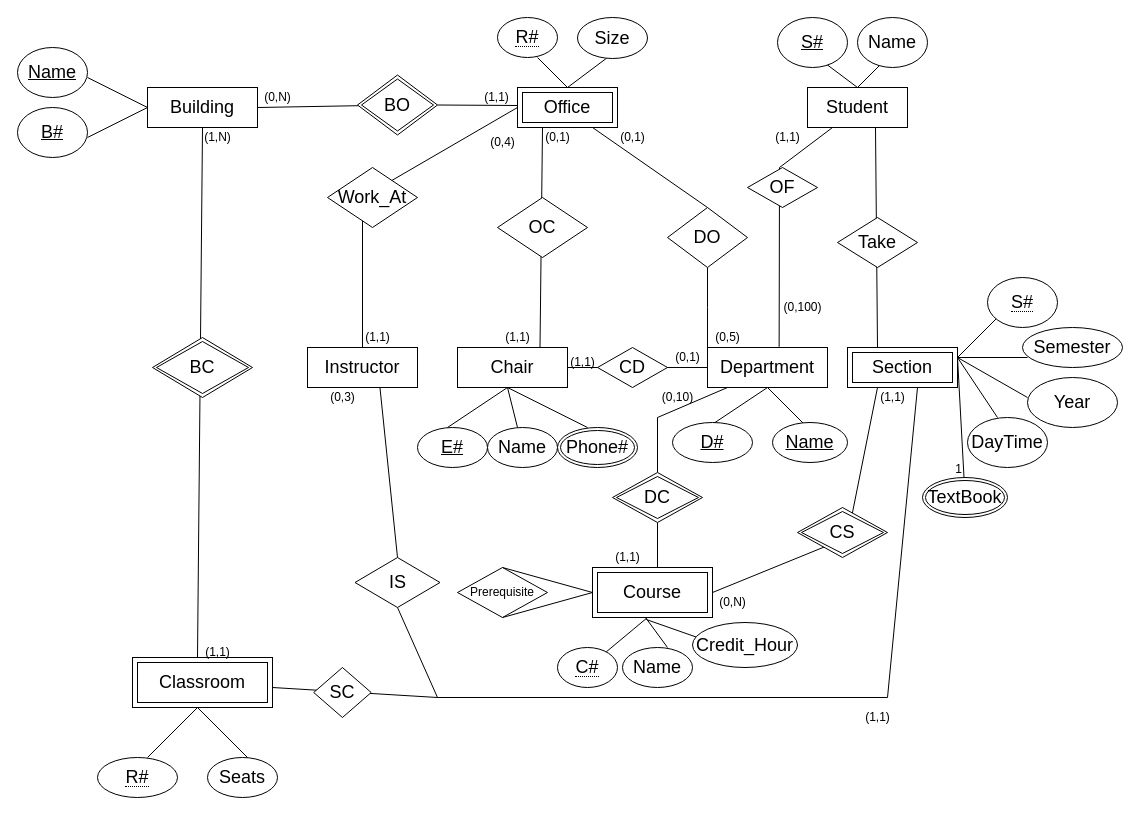
The draw.io diagram A4.drawio in Graykooo/Natours-Node.js-MongoDB-project, before the edit. Source tidied: cells renumbered, new cells numbered last; positions are measured from the earlier drawing's top-left corner, leaving out a move shared by most shapes. Both pictures are drawn from the tidied source at 100%, with x=0, y=0 at pixel (17, 17).
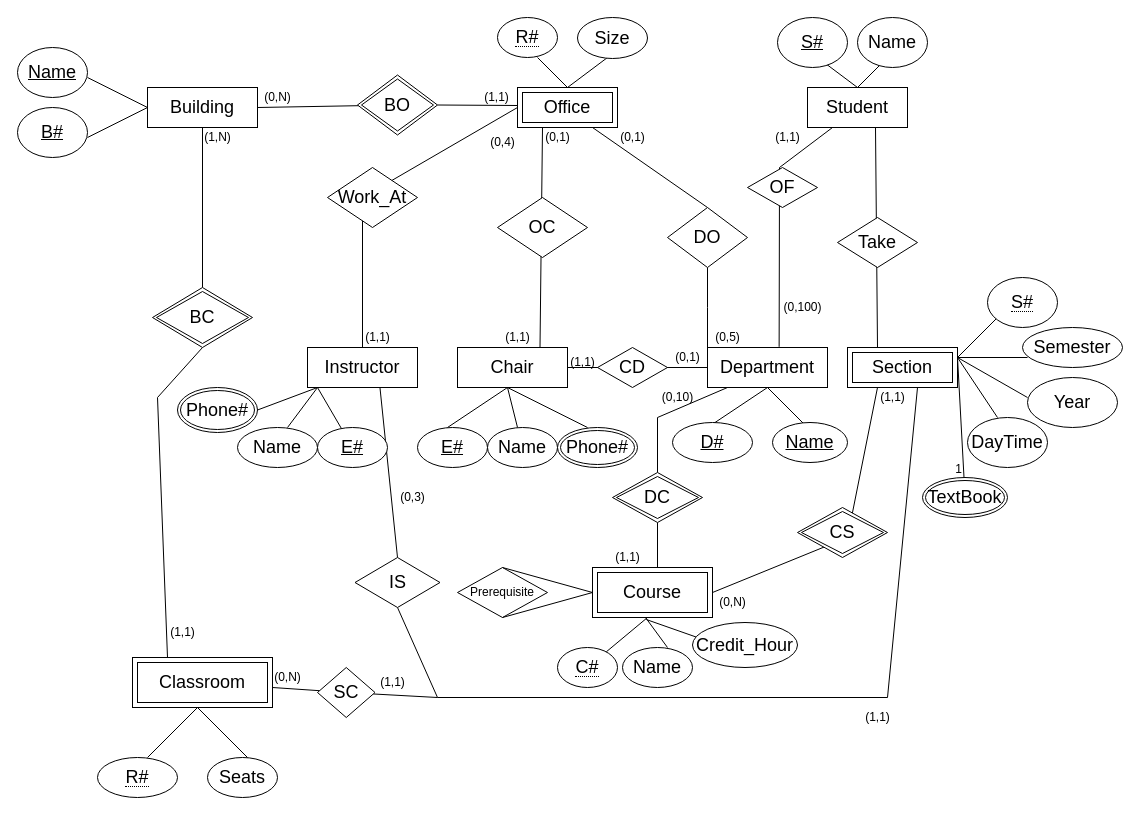
Above is the later version.

The change refers to these unchanged cells:
```xml
<mxCell id="2" value="&lt;font style=&quot;font-size: 18px;&quot;&gt;Building&lt;/font&gt;" style="rounded=0;whiteSpace=wrap;html=1;" parent="1" vertex="1">
  <mxGeometry x="130" y="70" width="110" height="40" as="geometry" />
</mxCell>
<mxCell id="12" value="&lt;font style=&quot;font-size: 18px;&quot;&gt;Classroom&lt;/font&gt;" style="shape=ext;margin=3;double=1;whiteSpace=wrap;html=1;align=center;" parent="1" vertex="1">
  <mxGeometry x="115" y="640" width="140" height="50" as="geometry" />
</mxCell>
<mxCell id="21" value="&lt;font style=&quot;font-size: 18px;&quot;&gt;Instructor&lt;/font&gt;" style="whiteSpace=wrap;html=1;align=center;" parent="1" vertex="1">
  <mxGeometry x="290" y="330" width="110" height="40" as="geometry" />
</mxCell>
<mxCell id="100" value="&lt;font style=&quot;font-size: 18px;&quot;&gt;IS&lt;/font&gt;" style="shape=rhombus;perimeter=rhombusPerimeter;whiteSpace=wrap;html=1;align=center;" parent="1" vertex="1">
  <mxGeometry x="337.5" y="540" width="85" height="50" as="geometry" />
</mxCell>
```

The edit, as a diff of the source:
```diff
@@
-    <mxCell id="11" style="endArrow=none;html=1;rounded=0;entryX=0.5;entryY=1;entryDx=0;entryDy=0;" parent="1" edge="1" target="2">
-      <mxGeometry relative="1" as="geometry">
-        <mxPoint x="180" y="640" as="sourcePoint" />
-      </mxGeometry>
+    <mxCell id="11" style="endArrow=none;html=1;rounded=0;entryX=0.5;entryY=1;entryDx=0;entryDy=0;startArrow=none;" parent="1" edge="1" source="13" target="2">
+      <mxGeometry relative="1" as="geometry" />
     </mxCell>
@@
-    <mxCell id="13" value="&lt;font style=&quot;font-size: 18px;&quot;&gt;BC&lt;/font&gt;" style="shape=rhombus;double=1;perimeter=rhombusPerimeter;whiteSpace=wrap;html=1;align=center;" parent="1" vertex="1">
-      <mxGeometry x="135" y="320" width="100" height="60" as="geometry" />
-    </mxCell>
@@
     <mxCell id="15" value="(1,1)" style="text;html=1;align=center;verticalAlign=middle;strokeColor=none;fillColor=none;" parent="1" vertex="1">
-      <mxGeometry x="175" y="620" width="50" height="30" as="geometry" />
+      <mxGeometry x="140" y="600" width="50" height="30" as="geometry" />
     </mxCell>
@@
-    <mxCell id="99" style="endArrow=none;html=1;rounded=0;exitX=0.659;exitY=1.008;exitDx=0;exitDy=0;exitPerimeter=0;entryX=0.5;entryY=0;entryDx=0;entryDy=0;" parent="1" edge="1" source="21" target="100">
-      <mxGeometry relative="1" as="geometry" />
+    <mxCell id="99" style="endArrow=none;html=1;rounded=0;exitX=0.659;exitY=1.008;exitDx=0;exitDy=0;exitPerimeter=0;" parent="1" edge="1" source="21">
+      <mxGeometry relative="1" as="geometry">
+        <mxPoint x="380" y="540" as="targetPoint" />
+      </mxGeometry>
     </mxCell>
@@
     <mxCell id="101" value="(0,3)" style="text;html=1;align=center;verticalAlign=middle;strokeColor=none;fillColor=none;" parent="1" vertex="1">
-      <mxGeometry x="300" y="365" width="50" height="30" as="geometry" />
+      <mxGeometry x="370" y="465" width="50" height="30" as="geometry" />
     </mxCell>
@@
-    <mxCell id="103" style="endArrow=none;html=1;rounded=0;" parent="1" edge="1">
+    <mxCell id="103" style="endArrow=none;html=1;rounded=0;startArrow=none;" parent="1" edge="1" source="104">
       <mxGeometry relative="1" as="geometry">
-        <mxPoint x="255" y="670" as="sourcePoint" />
         <mxPoint x="420" y="680" as="targetPoint" />
       </mxGeometry>
     </mxCell>
+    <mxCell id="105" style="endArrow=none;html=1;rounded=0;" parent="1" edge="1" target="109">
+      <mxGeometry relative="1" as="geometry">
+        <mxPoint x="280" y="420" as="sourcePoint" />
+      </mxGeometry>
+    </mxCell>
+    <mxCell id="106" style="endArrow=none;html=1;rounded=0;" parent="1" edge="1" target="108">
+      <mxGeometry relative="1" as="geometry">
+        <mxPoint x="300" y="370" as="sourcePoint" />
+      </mxGeometry>
+    </mxCell>
+    <mxCell id="107" style="endArrow=none;html=1;rounded=0;exitX=1;exitY=0.5;exitDx=0;exitDy=0;" parent="1" edge="1" source="111">
+      <mxGeometry relative="1" as="geometry">
+        <mxPoint x="300" y="370" as="targetPoint" />
+      </mxGeometry>
+    </mxCell>
+    <mxCell id="108" value="&lt;font style=&quot;font-size: 18px;&quot;&gt;E#&lt;/font&gt;" style="ellipse;whiteSpace=wrap;html=1;align=center;fontStyle=4;" parent="1" vertex="1">
+      <mxGeometry x="300" y="410" width="70" height="40" as="geometry" />
+    </mxCell>
+    <mxCell id="109" value="&lt;font style=&quot;font-size: 18px;&quot;&gt;Name&lt;/font&gt;" style="ellipse;whiteSpace=wrap;html=1;align=center;" parent="1" vertex="1">
+      <mxGeometry x="220" y="410" width="80" height="40" as="geometry" />
+    </mxCell>
+    <mxCell id="110" style="endArrow=none;html=1;rounded=0;" parent="1" edge="1">
+      <mxGeometry relative="1" as="geometry">
+        <mxPoint x="270" y="410" as="sourcePoint" />
+        <mxPoint x="300" y="370" as="targetPoint" />
+      </mxGeometry>
+    </mxCell>
+    <mxCell id="111" value="&lt;font style=&quot;font-size: 18px;&quot;&gt;Phone#&lt;/font&gt;" style="ellipse;shape=doubleEllipse;margin=3;whiteSpace=wrap;html=1;align=center;" parent="1" vertex="1">
+      <mxGeometry x="160" y="370" width="80" height="45" as="geometry" />
+    </mxCell>
+    <mxCell id="112" style="endArrow=none;html=1;rounded=0;entryX=0.5;entryY=1;entryDx=0;entryDy=0;exitX=0.25;exitY=0;exitDx=0;exitDy=0;" parent="1" edge="1" source="12" target="13">
+      <mxGeometry relative="1" as="geometry">
+        <Array as="points">
+          <mxPoint x="140" y="380" />
+        </Array>
+      </mxGeometry>
+    </mxCell>
+    <mxCell id="13" value="&lt;font style=&quot;font-size: 18px;&quot;&gt;BC&lt;/font&gt;" style="shape=rhombus;double=1;perimeter=rhombusPerimeter;whiteSpace=wrap;html=1;align=center;" parent="1" vertex="1">
+      <mxGeometry x="135" y="270" width="100" height="60" as="geometry" />
+    </mxCell>
+    <mxCell id="113" value="(0,N)" style="text;html=1;align=center;verticalAlign=middle;strokeColor=none;fillColor=none;" parent="1" vertex="1">
+      <mxGeometry x="245" y="645" width="50" height="30" as="geometry" />
+    </mxCell>
+    <mxCell id="114" value="(1,1)" style="text;html=1;align=center;verticalAlign=middle;strokeColor=none;fillColor=none;" parent="1" vertex="1">
+      <mxGeometry x="350" y="650" width="50" height="30" as="geometry" />
+    </mxCell>
+    <mxCell id="115" style="endArrow=none;html=1;rounded=0;" parent="1" edge="1" target="104">
+      <mxGeometry relative="1" as="geometry">
+        <mxPoint x="255" y="670" as="sourcePoint" />
+      </mxGeometry>
+    </mxCell>
     <mxCell id="104" value="&lt;font style=&quot;font-size: 18px;&quot;&gt;SC&lt;/font&gt;" style="shape=rhombus;perimeter=rhombusPerimeter;whiteSpace=wrap;html=1;align=center;" parent="1" vertex="1">
-      <mxGeometry x="296.2" y="650" width="57.5" height="50" as="geometry" />
+      <mxGeometry x="300" y="650" width="57.5" height="50" as="geometry" />
     </mxCell>
```
